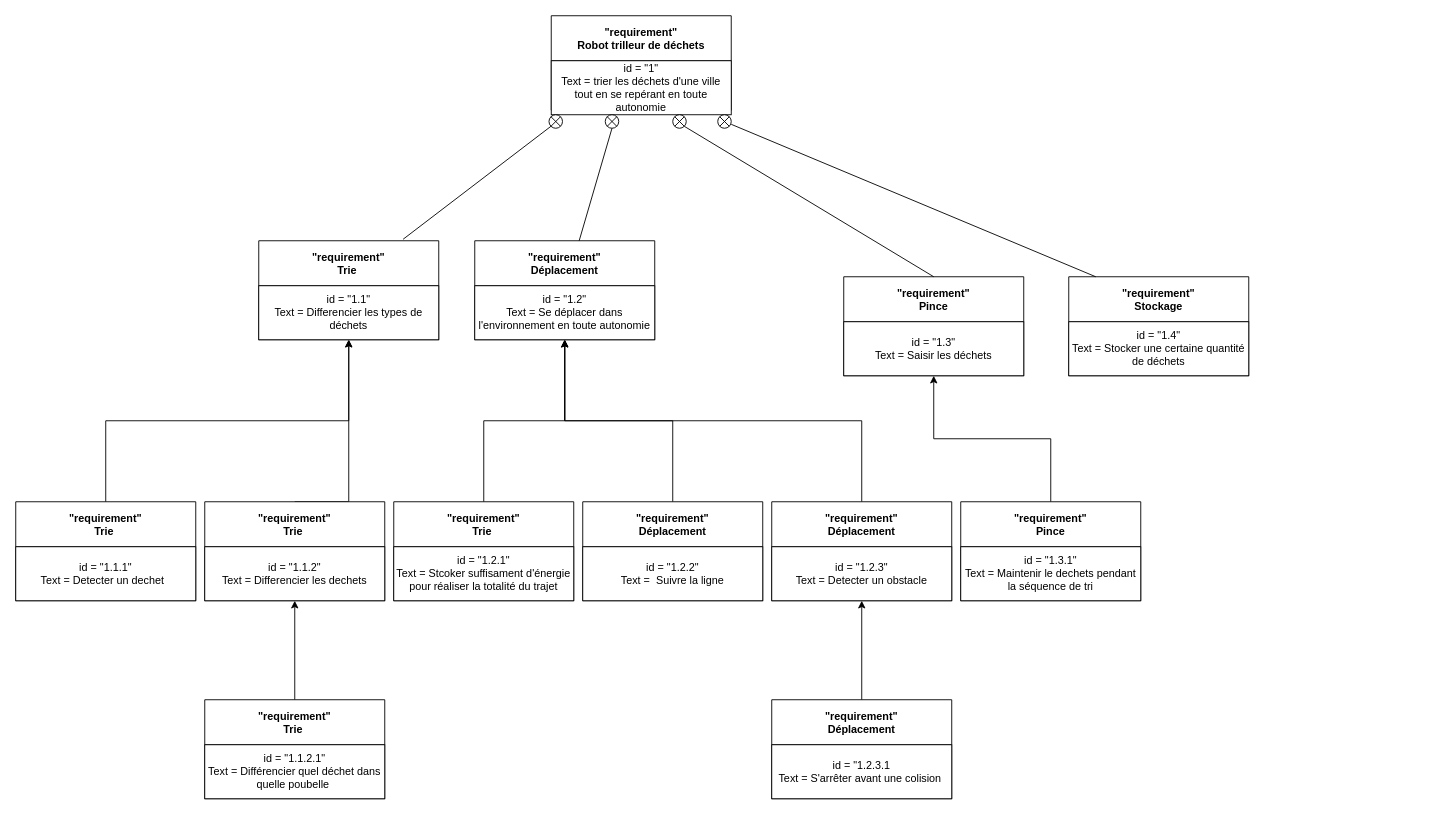
This is Diag/Diagramme des exigences.drawio from neoluigi4123/Mbot, a draw.io file, before an edit. Source tidied: cells renumbered, new cells numbered last; positions are measured from the earlier drawing's top-left corner, leaving out a move shared by most shapes. Both pictures are drawn from the tidied source at 90%, with x=0, y=0 at pixel (15, 15).
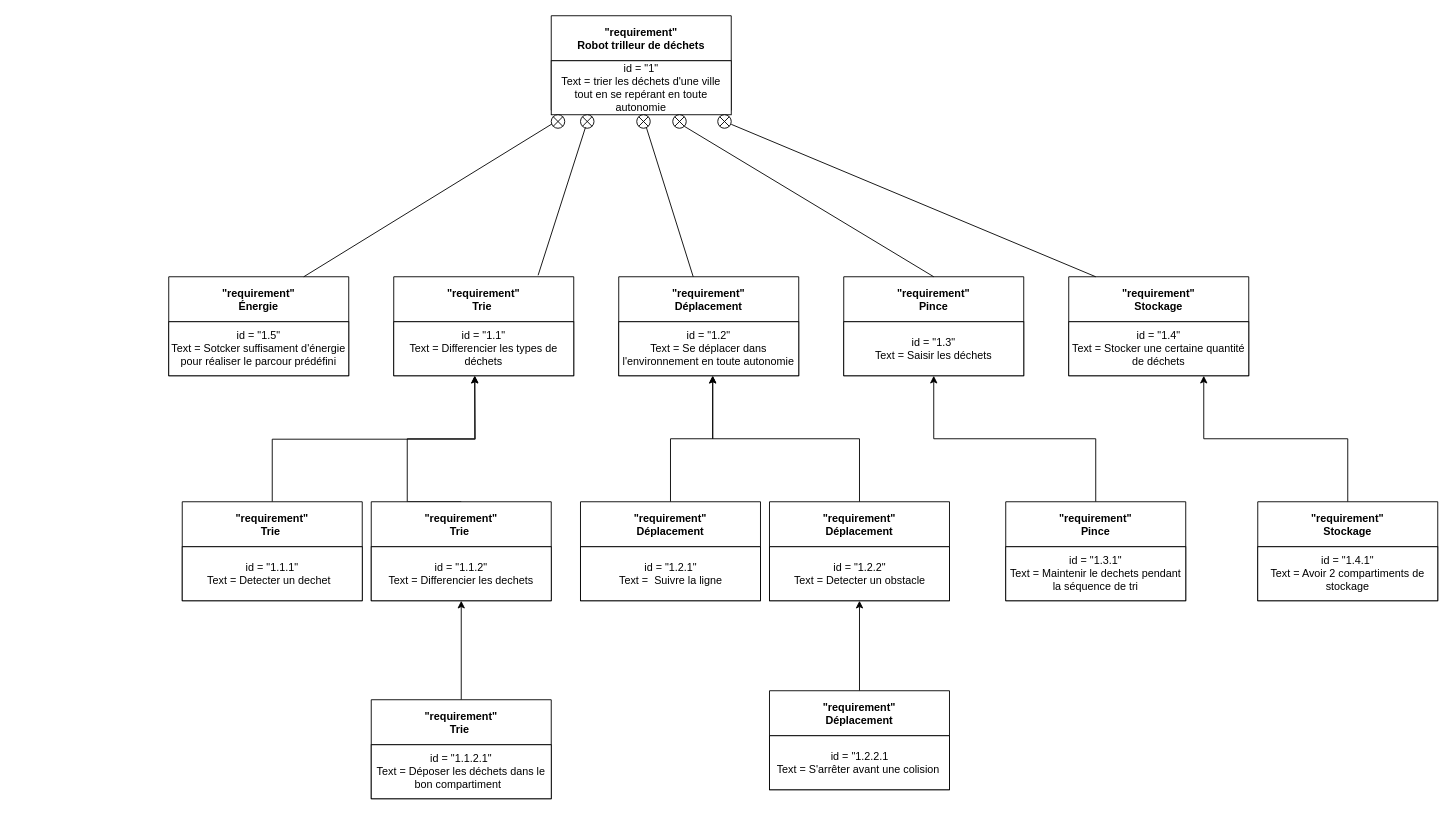
The same diagram, later.

Unchanged cells that the change refers to:
```xml
<mxCell id="2" value="&quot;requirement&quot;&#10;Robot trilleur de déchets" style="swimlane;startSize=50;" parent="1" vertex="1">
  <mxGeometry x="595" width="200" height="105" as="geometry" />
</mxCell>
<mxCell id="3" value="id = &quot;1&quot;&lt;br&gt;Text = trier les déchets d'une ville tout en se repérant en toute autonomie" style="whiteSpace=wrap;html=1;" parent="2" vertex="1">
  <mxGeometry y="50" width="200" height="60" as="geometry" />
</mxCell>
<mxCell id="6" value="id = &quot;1.1&quot;&lt;br&gt;Text = Differencier les types de déchets" style="whiteSpace=wrap;html=1;" parent="5" vertex="1">
  <mxGeometry y="50" width="200" height="60" as="geometry" />
</mxCell>
<mxCell id="8" value="id = &quot;1.2&quot;&lt;br&gt;Text = Se déplacer dans l'environnement en toute autonomie" style="whiteSpace=wrap;html=1;" parent="7" vertex="1">
  <mxGeometry y="50" width="200" height="60" as="geometry" />
</mxCell>
<mxCell id="11" value="&quot;requirement&quot;&#10;Stockage" style="swimlane;startSize=50;" parent="1" vertex="1">
  <mxGeometry x="1170" y="290" width="200" height="110" as="geometry" />
</mxCell>
```

Diff of the diagram source:
```diff
@@
-    <mxCell id="4" style="edgeStyle=orthogonalEdgeStyle;rounded=0;orthogonalLoop=1;jettySize=auto;html=1;exitX=0.5;exitY=1;exitDx=0;exitDy=0;" parent="2" edge="1" source="3" target="3">
-      <mxGeometry relative="1" as="geometry" />
+    <mxCell id="4" style="edgeStyle=orthogonalEdgeStyle;rounded=0;orthogonalLoop=1;jettySize=auto;html=1;exitX=0.5;exitY=1;exitDx=0;exitDy=0;" parent="2" edge="1">
+      <mxGeometry relative="1" as="geometry">
+        <mxPoint x="135" y="110" as="sourcePoint" />
+        <mxPoint x="135" y="110" as="targetPoint" />
+      </mxGeometry>
     </mxCell>
     <mxCell id="5" value="&quot;requirement&quot;&#10;Trie " style="swimlane;startSize=50;" parent="1" vertex="1">
-      <mxGeometry x="270" y="250" width="200" height="110" as="geometry" />
+      <mxGeometry x="420" y="290" width="200" height="110" as="geometry" />
     </mxCell>
@@
     <mxCell id="7" value="&quot;requirement&quot;&#10;Déplacement" style="swimlane;startSize=50;" parent="1" vertex="1">
-      <mxGeometry x="510" y="250" width="200" height="110" as="geometry" />
+      <mxGeometry x="670" y="290" width="200" height="110" as="geometry" />
     </mxCell>
@@
-    <mxCell id="14" style="endArrow=none;html=1;rounded=0;entryX=0.5;entryY=1;entryDx=0;entryDy=0;entryPerimeter=0;" parent="1" edge="1" source="7" target="17">
+    <mxCell id="14" style="endArrow=none;html=1;rounded=0;entryX=0.612;entryY=0.626;entryDx=0;entryDy=0;entryPerimeter=0;" parent="1" edge="1" source="7" target="17">
       <mxGeometry relative="1" as="geometry" />
     </mxCell>
     <mxCell id="15" style="verticalLabelPosition=bottom;verticalAlign=top;html=1;shape=mxgraph.flowchart.or;" parent="1" vertex="1">
-      <mxGeometry x="592.5" y="110" width="15" height="15" as="geometry" />
+      <mxGeometry x="627.5" y="110" width="15" height="15" as="geometry" />
     </mxCell>
-    <mxCell id="16" style="endArrow=none;html=1;rounded=0;exitX=0.802;exitY=-0.015;exitDx=0;exitDy=0;exitPerimeter=0;entryX=0.145;entryY=0.855;entryDx=0;entryDy=0;entryPerimeter=0;" parent="1" edge="1" source="5" target="15">
+    <mxCell id="16" style="endArrow=none;html=1;rounded=0;exitX=0.802;exitY=-0.015;exitDx=0;exitDy=0;exitPerimeter=0;entryX=0.367;entryY=0.943;entryDx=0;entryDy=0;entryPerimeter=0;" parent="1" edge="1" source="5" target="15">
       <mxGeometry relative="1" as="geometry" />
     </mxCell>
     <mxCell id="17" style="verticalLabelPosition=bottom;verticalAlign=top;html=1;shape=mxgraph.flowchart.or;" parent="1" vertex="1">
-      <mxGeometry x="655" y="110" width="15" height="15" as="geometry" />
+      <mxGeometry x="690" y="110" width="15" height="15" as="geometry" />
     </mxCell>
-    <mxCell id="18" style="edgeStyle=orthogonalEdgeStyle;rounded=0;jettySize=auto;html=1;exitX=0.5;exitY=0;exitDx=0;exitDy=0;entryX=0.5;entryY=1;entryDx=0;entryDy=0;" parent="1" edge="1" source="19" target="5">
-      <mxGeometry relative="1" as="geometry" />
+    <mxCell id="18" style="edgeStyle=orthogonalEdgeStyle;rounded=0;jettySize=auto;html=1;exitX=0.5;exitY=0;exitDx=0;exitDy=0;" parent="1" edge="1" source="19">
+      <mxGeometry relative="1" as="geometry">
+        <mxPoint x="510" y="400" as="targetPoint" />
+      </mxGeometry>
     </mxCell>
     <mxCell id="19" value="&quot;requirement&quot;&#10;Trie " style="swimlane;startSize=50;" parent="1" vertex="1">
-      <mxGeometry y="540" width="200" height="110" as="geometry" />
+      <mxGeometry x="185" y="540" width="200" height="110" as="geometry" />
     </mxCell>
@@
-    <mxCell id="21" style="edgeStyle=orthogonalEdgeStyle;rounded=0;jettySize=auto;html=1;exitX=0.5;exitY=0;exitDx=0;exitDy=0;entryX=0.5;entryY=1;entryDx=0;entryDy=0;" parent="1" edge="1" source="22" target="5">
+    <mxCell id="21" style="edgeStyle=orthogonalEdgeStyle;rounded=0;jettySize=auto;html=1;exitX=0.5;exitY=0;exitDx=0;exitDy=0;" parent="1" edge="1" source="22" target="6">
       <mxGeometry relative="1" as="geometry">
         <Array as="points">
-          <mxPoint x="370" y="540" />
+          <mxPoint x="435" y="540" />
+          <mxPoint x="435" y="470" />
+          <mxPoint x="510" y="470" />
         </Array>
       </mxGeometry>
     </mxCell>
     <mxCell id="22" value="&quot;requirement&quot;&#10;Trie " style="swimlane;startSize=50;" parent="1" vertex="1">
-      <mxGeometry x="210" y="540" width="200" height="110" as="geometry" />
+      <mxGeometry x="395" y="540" width="200" height="110" as="geometry" />
     </mxCell>
@@
-    <mxCell id="24" style="edgeStyle=orthogonalEdgeStyle;rounded=0;jettySize=auto;html=1;exitX=0.5;exitY=0;exitDx=0;exitDy=0;entryX=0.5;entryY=1;entryDx=0;entryDy=0;" parent="1" edge="1" source="25" target="8">
+    <mxCell id="24" style="edgeStyle=orthogonalEdgeStyle;rounded=0;jettySize=auto;html=1;exitX=0.5;exitY=0;exitDx=0;exitDy=0;entryX=0.522;entryY=1;entryDx=0;entryDy=0;entryPerimeter=0;" parent="1" edge="1" source="25" target="8">
       <mxGeometry relative="1" as="geometry" />
     </mxCell>
     <mxCell id="25" value="&quot;requirement&quot;&#10;Déplacement" style="swimlane;startSize=50;" parent="1" vertex="1">
-      <mxGeometry x="630" y="540" width="200" height="110" as="geometry" />
+      <mxGeometry x="627.5" y="540" width="200" height="110" as="geometry" />
     </mxCell>
-    <mxCell id="26" value="id = &quot;1.2.2&quot;&lt;br&gt;Text =&amp;nbsp; Suivre la ligne" style="whiteSpace=wrap;html=1;" parent="25" vertex="1">
+    <mxCell id="26" value="id = &quot;1.2.1&quot;&lt;br&gt;Text =&amp;nbsp; Suivre la ligne" style="whiteSpace=wrap;html=1;" parent="25" vertex="1">
       <mxGeometry y="50" width="200" height="60" as="geometry" />
     </mxCell>
-    <mxCell id="27" style="edgeStyle=orthogonalEdgeStyle;rounded=0;jettySize=auto;html=1;exitX=0.5;exitY=0;exitDx=0;exitDy=0;entryX=0.5;entryY=1;entryDx=0;entryDy=0;" parent="1" edge="1" source="28" target="7">
+    <mxCell id="27" style="edgeStyle=orthogonalEdgeStyle;rounded=0;jettySize=auto;html=1;exitX=0.5;exitY=0;exitDx=0;exitDy=0;entryX=0.522;entryY=1.001;entryDx=0;entryDy=0;entryPerimeter=0;" parent="1" edge="1" source="28" target="8">
       <mxGeometry relative="1" as="geometry" />
     </mxCell>
     <mxCell id="28" value="&quot;requirement&quot;&#10;Déplacement" style="swimlane;startSize=50;" parent="1" vertex="1">
-      <mxGeometry x="840" y="540" width="200" height="110" as="geometry" />
+      <mxGeometry x="837.5" y="540" width="200" height="110" as="geometry" />
     </mxCell>
-    <mxCell id="29" value="id = &quot;1.2.3&quot;&lt;br&gt;Text = Detecter un obstacle" style="whiteSpace=wrap;html=1;" parent="28" vertex="1">
+    <mxCell id="29" value="id = &quot;1.2.2&quot;&lt;br&gt;Text = Detecter un obstacle" style="whiteSpace=wrap;html=1;" parent="28" vertex="1">
       <mxGeometry y="50" width="200" height="60" as="geometry" />
     </mxCell>
@@
     <mxCell id="33" value="&quot;requirement&quot;&#10;Pince" style="swimlane;startSize=50;" parent="1" vertex="1">
-      <mxGeometry x="1050" y="540" width="200" height="110" as="geometry" />
+      <mxGeometry x="1100" y="540" width="200" height="110" as="geometry" />
     </mxCell>
@@
-    <mxCell id="36" style="edgeStyle=orthogonalEdgeStyle;rounded=0;jettySize=auto;html=1;exitX=0.5;exitY=0;exitDx=0;exitDy=0;" parent="1" edge="1" source="37" target="8">
-      <mxGeometry relative="1" as="geometry" />
-    </mxCell>
-    <mxCell id="37" value="&quot;requirement&quot;&#10;Trie " style="swimlane;startSize=50;" parent="1" vertex="1">
-      <mxGeometry x="420" y="540" width="200" height="110" as="geometry" />
-    </mxCell>
-    <mxCell id="38" value="id = &quot;1.2.1&quot;&lt;br&gt;Text = Stcoker suffisament d'énergie pour réaliser la totalité du trajet" style="whiteSpace=wrap;html=1;" parent="37" vertex="1">
-      <mxGeometry y="50" width="200" height="60" as="geometry" />
-    </mxCell>
@@
     <mxCell id="40" value="&quot;requirement&quot;&#10;Trie " style="swimlane;startSize=50;" parent="1" vertex="1">
-      <mxGeometry x="210" y="760" width="200" height="110" as="geometry" />
+      <mxGeometry x="395" y="760" width="200" height="110" as="geometry" />
     </mxCell>
-    <mxCell id="41" value="id = &quot;1.1.2.1&quot;&lt;br&gt;Text = Différencier quel déchet dans quelle poubelle&amp;nbsp;" style="whiteSpace=wrap;html=1;" parent="40" vertex="1">
+    <mxCell id="41" value="id = &quot;1.1.2.1&quot;&lt;br&gt;Text = Déposer les déchets dans le bon compartiment&amp;nbsp;&amp;nbsp;" style="whiteSpace=wrap;html=1;" parent="40" vertex="1">
       <mxGeometry y="50" width="200" height="60" as="geometry" />
     </mxCell>
@@
     <mxCell id="43" value="&quot;requirement&quot;&#10;Déplacement" style="swimlane;startSize=50;" parent="1" vertex="1">
-      <mxGeometry x="840" y="760" width="200" height="110" as="geometry" />
+      <mxGeometry x="837.5" y="750" width="200" height="110" as="geometry" />
     </mxCell>
-    <mxCell id="44" value="id = &quot;1.2.3.1&lt;br&gt;Text = S'arrêter avant une colision&amp;nbsp;" style="whiteSpace=wrap;html=1;" parent="43" vertex="1">
+    <mxCell id="44" value="id = &quot;1.2.2.1&lt;br&gt;Text = S'arrêter avant une colision&amp;nbsp;" style="whiteSpace=wrap;html=1;" parent="43" vertex="1">
       <mxGeometry y="50" width="200" height="60" as="geometry" />
     </mxCell>
+    <mxCell id="45" style="edgeStyle=orthogonalEdgeStyle;rounded=0;jettySize=auto;html=1;exitX=0.5;exitY=0;exitDx=0;exitDy=0;entryX=0.75;entryY=1;entryDx=0;entryDy=0;" parent="1" edge="1" source="46" target="11">
+      <mxGeometry relative="1" as="geometry" />
+    </mxCell>
+    <mxCell id="46" value="&quot;requirement&quot;&#10;Stockage" style="swimlane;startSize=50;" parent="1" vertex="1">
+      <mxGeometry x="1380" y="540" width="200" height="110" as="geometry" />
+    </mxCell>
+    <mxCell id="47" value="id = &quot;1.4.1&quot;&lt;br&gt;Text = Avoir 2 compartiments de stockage" style="whiteSpace=wrap;html=1;" parent="46" vertex="1">
+      <mxGeometry y="50" width="200" height="60" as="geometry" />
+    </mxCell>
+    <mxCell id="48" value="&quot;requirement&quot;&#10;Énergie" style="swimlane;startSize=50;" parent="1" vertex="1">
+      <mxGeometry x="170" y="290" width="200" height="110" as="geometry" />
+    </mxCell>
+    <mxCell id="49" value="id = &quot;1.5&quot;&lt;br&gt;Text = Sotcker suffisament d'énergie pour réaliser le parcour prédéfini" style="whiteSpace=wrap;html=1;" parent="48" vertex="1">
+      <mxGeometry y="50" width="200" height="60" as="geometry" />
+    </mxCell>
+    <mxCell id="50" style="endArrow=none;html=1;rounded=0;exitX=0.75;exitY=0;exitDx=0;exitDy=0;entryX=0.064;entryY=0.674;entryDx=0;entryDy=0;entryPerimeter=0;" parent="1" edge="1" source="48" target="51">
+      <mxGeometry relative="1" as="geometry" />
+    </mxCell>
+    <mxCell id="51" style="verticalLabelPosition=bottom;verticalAlign=top;html=1;shape=mxgraph.flowchart.or;" parent="1" vertex="1">
+      <mxGeometry x="595" y="110" width="15" height="15" as="geometry" />
+    </mxCell>
```
